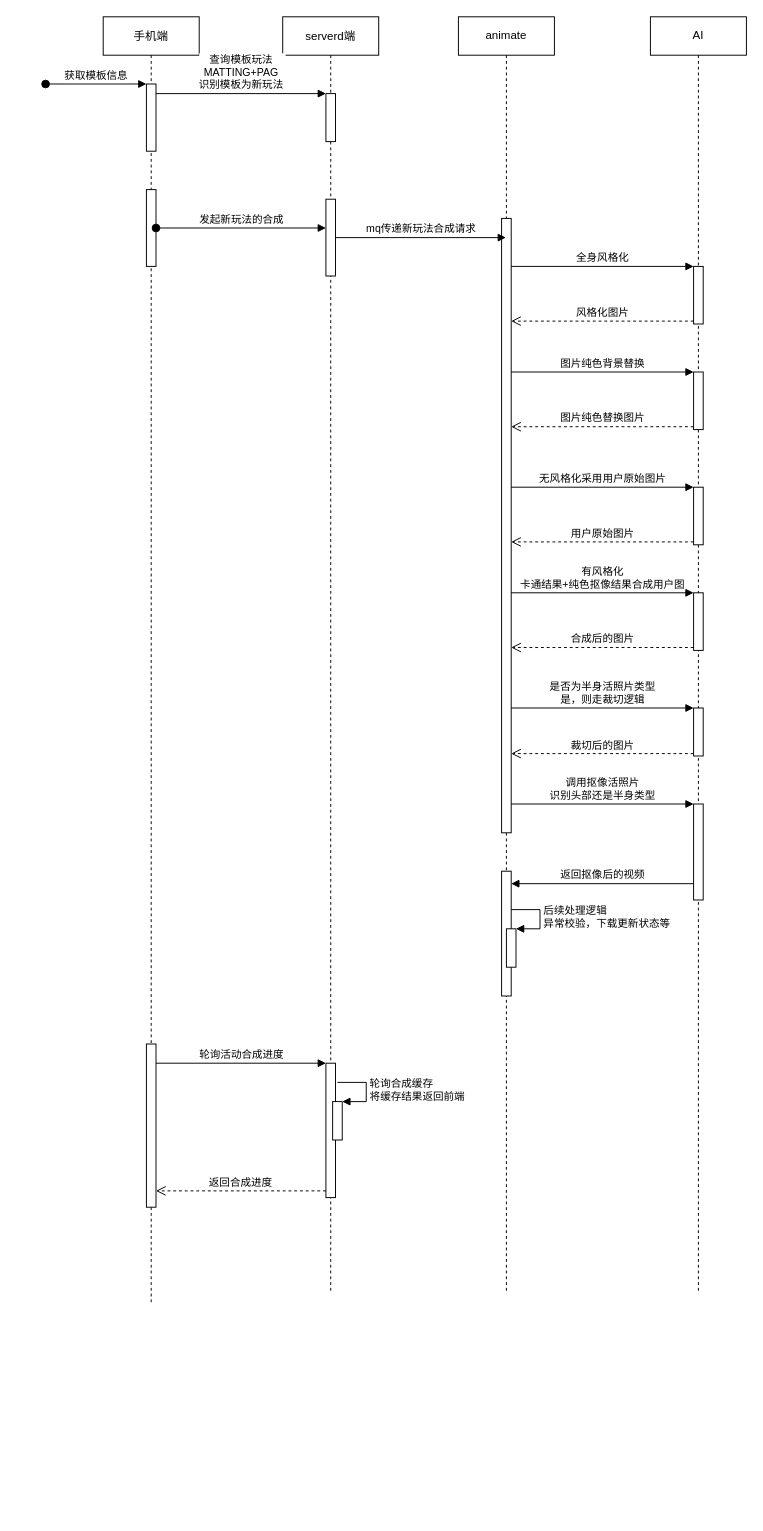
Before: 新抠像加PAG玩法流程.drawio in milletzhu/datasource, a draw.io diagram. Source tidied: cells renumbered, new cells numbered last; positions are measured from the earlier drawing's top-left corner, leaving out a move shared by most shapes. Both pictures are drawn from the tidied source at 96%, with x=0, y=0 at pixel (45, 16).
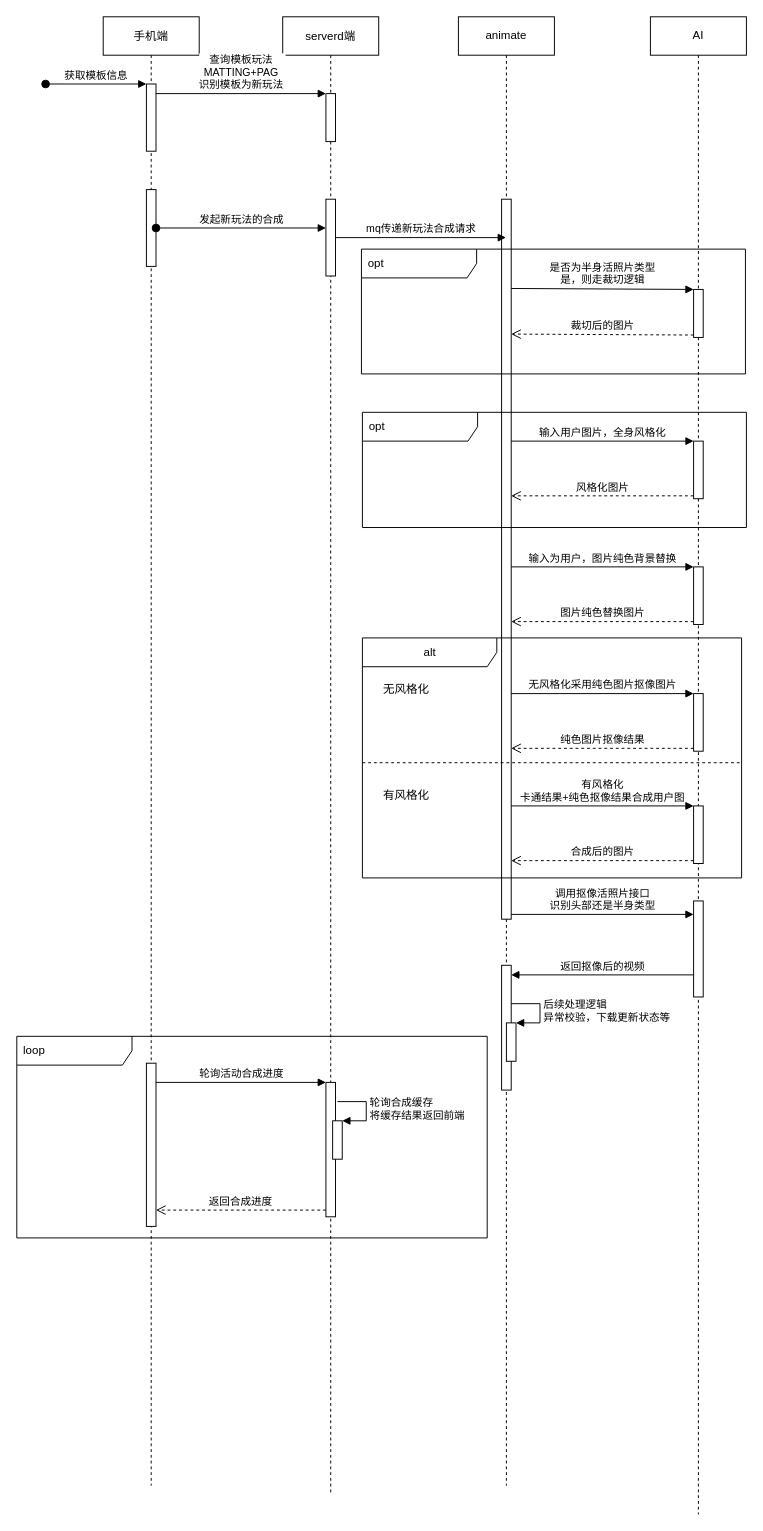
The same page after the edit.

Commit message:
更新新抠像加PAG玩法流程.drawio

What changed in the source:
```diff
@@
     <mxCell id="2" value="手机端" style="shape=umlLifeline;perimeter=lifelinePerimeter;rounded=0;shadow=0;strokeWidth=1;" parent="1" vertex="1">
-      <mxGeometry x="60" width="100" height="1340" as="geometry" />
+      <mxGeometry x="60" width="100" height="1530" as="geometry" />
     </mxCell>
@@
     <mxCell id="6" style="html=1;points=[];perimeter=orthogonalPerimeter;" parent="2" vertex="1">
-      <mxGeometry x="45" y="1070" width="10" height="170" as="geometry" />
+      <mxGeometry x="45" y="1090" width="10" height="170" as="geometry" />
     </mxCell>
     <mxCell id="7" value="serverd端" style="shape=umlLifeline;perimeter=lifelinePerimeter;rounded=0;shadow=0;strokeWidth=1;" parent="1" vertex="1">
-      <mxGeometry x="247" width="100" height="1330" as="geometry" />
+      <mxGeometry x="247" width="100" height="1540" as="geometry" />
     </mxCell>
@@
     <mxCell id="10" style="html=1;points=[];perimeter=orthogonalPerimeter;" parent="7" vertex="1">
-      <mxGeometry x="45" y="1090" width="10" height="140" as="geometry" />
+      <mxGeometry x="45" y="1110" width="10" height="140" as="geometry" />
     </mxCell>
     <mxCell id="11" style="html=1;points=[];perimeter=orthogonalPerimeter;" parent="7" vertex="1">
-      <mxGeometry x="52" y="1130" width="10" height="40" as="geometry" />
+      <mxGeometry x="52" y="1150" width="10" height="40" as="geometry" />
     </mxCell>
     <mxCell id="12" value="轮询合成缓存&lt;br&gt;将缓存结果返回前端" style="edgeStyle=orthogonalEdgeStyle;html=1;align=left;spacingLeft=2;endArrow=block;rounded=0;entryX=1;entryY=0;" parent="7" edge="1" target="11">
       <mxGeometry relative="1" as="geometry">
-        <mxPoint x="57" y="1110" as="sourcePoint" />
+        <mxPoint x="57" y="1130" as="sourcePoint" />
         <Array as="points">
-          <mxPoint x="87" y="1110" />
+          <mxPoint x="87" y="1130" />
         </Array>
       </mxGeometry>
     </mxCell>
@@
     <mxCell id="14" value="animate" style="shape=umlLifeline;perimeter=lifelinePerimeter;whiteSpace=wrap;html=1;outlineConnect=0;" parent="1" vertex="1">
-      <mxGeometry x="430" width="100" height="1330" as="geometry" />
+      <mxGeometry x="430" width="100" height="1530" as="geometry" />
     </mxCell>
     <mxCell id="15" style="html=1;points=[];perimeter=orthogonalPerimeter;" parent="14" vertex="1">
-      <mxGeometry x="45" y="210" width="10" height="640" as="geometry" />
+      <mxGeometry x="45" y="190" width="10" height="750" as="geometry" />
     </mxCell>
     <mxCell id="16" style="html=1;perimeter=orthogonalPerimeter;" parent="14" vertex="1">
-      <mxGeometry x="45" y="890" width="10" height="130" as="geometry" />
+      <mxGeometry x="45" y="988" width="10" height="130" as="geometry" />
     </mxCell>
     <mxCell id="17" style="html=1;points=[];perimeter=orthogonalPerimeter;" parent="14" vertex="1">
-      <mxGeometry x="50" y="950" width="10" height="40" as="geometry" />
+      <mxGeometry x="50" y="1048" width="10" height="40" as="geometry" />
     </mxCell>
     <mxCell id="18" value="后续处理逻辑&lt;br&gt;异常校验，下载更新状态等" style="edgeStyle=orthogonalEdgeStyle;html=1;align=left;spacingLeft=2;endArrow=block;rounded=0;entryX=1;entryY=0;" parent="14" edge="1" target="17">
       <mxGeometry relative="1" as="geometry">
-        <mxPoint x="55" y="930" as="sourcePoint" />
+        <mxPoint x="55" y="1028" as="sourcePoint" />
         <Array as="points">
-          <mxPoint x="85" y="930" />
+          <mxPoint x="85" y="1028" />
         </Array>
       </mxGeometry>
     </mxCell>
@@
     <mxCell id="21" value="AI" style="shape=umlLifeline;perimeter=lifelinePerimeter;whiteSpace=wrap;html=1;" parent="1" vertex="1">
-      <mxGeometry x="630" width="100" height="1330" as="geometry" />
+      <mxGeometry x="630" width="100" height="1560" as="geometry" />
     </mxCell>
     <mxCell id="22" style="html=1;points=[];perimeter=orthogonalPerimeter;" parent="21" vertex="1">
-      <mxGeometry x="45" y="260" width="10" height="60" as="geometry" />
+      <mxGeometry x="45" y="442" width="10" height="60" as="geometry" />
     </mxCell>
     <mxCell id="23" style="html=1;points=[];perimeter=orthogonalPerimeter;" parent="21" vertex="1">
-      <mxGeometry x="45" y="370" width="10" height="60" as="geometry" />
+      <mxGeometry x="45" y="573" width="10" height="60" as="geometry" />
     </mxCell>
     <mxCell id="24" style="html=1;points=[];perimeter=orthogonalPerimeter;" parent="21" vertex="1">
-      <mxGeometry x="45" y="490" width="10" height="60" as="geometry" />
+      <mxGeometry x="45" y="705" width="10" height="60" as="geometry" />
     </mxCell>
     <mxCell id="25" style="html=1;points=[];perimeter=orthogonalPerimeter;" parent="21" vertex="1">
-      <mxGeometry x="45" y="600" width="10" height="60" as="geometry" />
+      <mxGeometry x="45" y="822" width="10" height="60" as="geometry" />
     </mxCell>
+    <mxCell id="27" style="html=1;points=[];perimeter=orthogonalPerimeter;" parent="21" vertex="1">
+      <mxGeometry x="45" y="921" width="10" height="100" as="geometry" />
+    </mxCell>
+    <mxCell id="42" value="opt" style="shape=umlFrame;whiteSpace=wrap;html=1;width=120;height=30;boundedLbl=1;verticalAlign=middle;align=left;spacingLeft=5;" parent="21" vertex="1">
+      <mxGeometry x="-300" y="412" width="400" height="120" as="geometry" />
+    </mxCell>
+    <mxCell id="43" value="alt" style="shape=umlFrame;tabWidth=110;tabHeight=30;tabPosition=left;html=1;boundedLbl=1;labelInHeader=1;width=140;height=30;" parent="21" vertex="1">
+      <mxGeometry x="-300" y="647" width="395" height="250" as="geometry" />
+    </mxCell>
+    <mxCell id="44" value="无风格化" style="text;" parent="43" vertex="1">
+      <mxGeometry width="100" height="20" relative="1" as="geometry">
+        <mxPoint x="20" y="40" as="offset" />
+      </mxGeometry>
+    </mxCell>
+    <mxCell id="45" value="有风格化" style="line;strokeWidth=1;dashed=1;labelPosition=center;verticalLabelPosition=bottom;align=left;verticalAlign=top;spacingLeft=20;spacingTop=15;" parent="43" vertex="1">
+      <mxGeometry y="125" width="395" height="10" as="geometry" />
+    </mxCell>
+    <mxCell id="46" value="opt" style="shape=umlFrame;whiteSpace=wrap;html=1;width=120;height=30;boundedLbl=1;verticalAlign=middle;align=left;spacingLeft=5;" parent="21" vertex="1">
+      <mxGeometry x="-301" y="242" width="400" height="130" as="geometry" />
+    </mxCell>
     <mxCell id="26" style="html=1;points=[];perimeter=orthogonalPerimeter;" parent="21" vertex="1">
-      <mxGeometry x="45" y="720" width="10" height="50" as="geometry" />
+      <mxGeometry x="45" y="284" width="10" height="50" as="geometry" />
     </mxCell>
-    <mxCell id="27" style="html=1;points=[];perimeter=orthogonalPerimeter;" parent="21" vertex="1">
-      <mxGeometry x="45" y="820" width="10" height="100" as="geometry" />
-    </mxCell>
+    <mxCell id="36" value="是否为半身活照片类型&lt;br&gt;是，则走裁切逻辑" style="html=1;verticalAlign=bottom;endArrow=block;entryX=0;entryY=0;rounded=0;" parent="21" edge="1" target="26">
+      <mxGeometry relative="1" as="geometry">
+        <mxPoint x="-145" y="283" as="sourcePoint" />
+      </mxGeometry>
+    </mxCell>
+    <mxCell id="37" value="裁切后的图片" style="html=1;verticalAlign=bottom;endArrow=open;dashed=1;endSize=8;exitX=0;exitY=0.95;rounded=0;" parent="21" edge="1" source="26">
+      <mxGeometry relative="1" as="geometry">
+        <mxPoint x="-145" y="330.5" as="targetPoint" />
+      </mxGeometry>
+    </mxCell>
-    <mxCell id="28" value="全身风格化" style="html=1;verticalAlign=bottom;endArrow=block;entryX=0;entryY=0;rounded=0;" parent="1" edge="1" source="15" target="22">
-      <mxGeometry relative="1" as="geometry" />
+    <mxCell id="28" value="输入用户图片，全身风格化" style="html=1;verticalAlign=bottom;endArrow=block;entryX=0;entryY=0;rounded=0;" parent="1" edge="1" target="22">
+      <mxGeometry relative="1" as="geometry">
+        <mxPoint x="485" y="442" as="sourcePoint" />
+      </mxGeometry>
     </mxCell>
-    <mxCell id="29" value="风格化图片" style="html=1;verticalAlign=bottom;endArrow=open;dashed=1;endSize=8;exitX=0;exitY=0.95;rounded=0;" parent="1" edge="1" source="22" target="15">
-      <mxGeometry relative="1" as="geometry" />
+    <mxCell id="29" value="风格化图片" style="html=1;verticalAlign=bottom;endArrow=open;dashed=1;endSize=8;exitX=0;exitY=0.95;rounded=0;" parent="1" edge="1" source="22">
+      <mxGeometry relative="1" as="geometry">
+        <mxPoint x="485" y="499" as="targetPoint" />
+      </mxGeometry>
     </mxCell>
-    <mxCell id="30" value="图片纯色背景替换" style="html=1;verticalAlign=bottom;endArrow=block;entryX=0;entryY=0;rounded=0;" parent="1" edge="1" source="15" target="23">
-      <mxGeometry relative="1" as="geometry" />
+    <mxCell id="30" value="输入为用户，图片纯色背景替换" style="html=1;verticalAlign=bottom;endArrow=block;entryX=0;entryY=0;rounded=0;" parent="1" edge="1" target="23">
+      <mxGeometry relative="1" as="geometry">
+        <mxPoint x="485" y="573" as="sourcePoint" />
+      </mxGeometry>
     </mxCell>
-    <mxCell id="31" value="图片纯色替换图片" style="html=1;verticalAlign=bottom;endArrow=open;dashed=1;endSize=8;exitX=0;exitY=0.95;rounded=0;" parent="1" edge="1" source="23" target="15">
-      <mxGeometry relative="1" as="geometry" />
+    <mxCell id="31" value="图片纯色替换图片" style="html=1;verticalAlign=bottom;endArrow=open;dashed=1;endSize=8;exitX=0;exitY=0.95;rounded=0;" parent="1" edge="1" source="23">
+      <mxGeometry relative="1" as="geometry">
+        <mxPoint x="485" y="630" as="targetPoint" />
+      </mxGeometry>
     </mxCell>
-    <mxCell id="32" value="无风格化采用用户原始图片" style="html=1;verticalAlign=bottom;endArrow=block;entryX=0;entryY=0;rounded=0;" parent="1" edge="1" source="15" target="24">
-      <mxGeometry relative="1" as="geometry" />
+    <mxCell id="32" value="无风格化采用纯色图片抠像图片" style="html=1;verticalAlign=bottom;endArrow=block;entryX=0;entryY=0;rounded=0;" parent="1" edge="1" target="24">
+      <mxGeometry relative="1" as="geometry">
+        <mxPoint x="485" y="705" as="sourcePoint" />
+      </mxGeometry>
     </mxCell>
-    <mxCell id="33" value="用户原始图片" style="html=1;verticalAlign=bottom;endArrow=open;dashed=1;endSize=8;exitX=0;exitY=0.95;rounded=0;" parent="1" edge="1" source="24" target="15">
-      <mxGeometry relative="1" as="geometry" />
+    <mxCell id="33" value="纯色图片抠像结果" style="html=1;verticalAlign=bottom;endArrow=open;dashed=1;endSize=8;exitX=0;exitY=0.95;rounded=0;" parent="1" edge="1" source="24">
+      <mxGeometry relative="1" as="geometry">
+        <mxPoint x="485" y="762" as="targetPoint" />
+      </mxGeometry>
     </mxCell>
-    <mxCell id="34" value="有风格化&lt;br&gt;卡通结果+纯色抠像结果合成用户图" style="html=1;verticalAlign=bottom;endArrow=block;entryX=0;entryY=0;rounded=0;" parent="1" edge="1" source="15" target="25">
-      <mxGeometry relative="1" as="geometry" />
+    <mxCell id="34" value="有风格化&lt;br&gt;卡通结果+纯色抠像结果合成用户图" style="html=1;verticalAlign=bottom;endArrow=block;entryX=0;entryY=0;rounded=0;" parent="1" edge="1" target="25">
+      <mxGeometry relative="1" as="geometry">
+        <mxPoint x="485" y="822" as="sourcePoint" />
+      </mxGeometry>
     </mxCell>
-    <mxCell id="35" value="合成后的图片" style="html=1;verticalAlign=bottom;endArrow=open;dashed=1;endSize=8;exitX=0;exitY=0.95;rounded=0;" parent="1" edge="1" source="25" target="15">
-      <mxGeometry relative="1" as="geometry" />
+    <mxCell id="35" value="合成后的图片" style="html=1;verticalAlign=bottom;endArrow=open;dashed=1;endSize=8;exitX=0;exitY=0.95;rounded=0;" parent="1" edge="1" source="25">
+      <mxGeometry relative="1" as="geometry">
+        <mxPoint x="485" y="879" as="targetPoint" />
+      </mxGeometry>
     </mxCell>
-    <mxCell id="36" value="是否为半身活照片类型&lt;br&gt;是，则走裁切逻辑" style="html=1;verticalAlign=bottom;endArrow=block;entryX=0;entryY=0;rounded=0;" parent="1" edge="1" source="15" target="26">
-      <mxGeometry relative="1" as="geometry" />
-    </mxCell>
-    <mxCell id="37" value="裁切后的图片" style="html=1;verticalAlign=bottom;endArrow=open;dashed=1;endSize=8;exitX=0;exitY=0.95;rounded=0;" parent="1" edge="1" source="26" target="15">
-      <mxGeometry relative="1" as="geometry" />
-    </mxCell>
-    <mxCell id="38" value="调用抠像活照片&lt;br&gt;识别头部还是半身类型" style="html=1;verticalAlign=bottom;endArrow=block;entryX=0;entryY=0;rounded=0;" parent="1" edge="1" source="15" target="27">
-      <mxGeometry relative="1" as="geometry" />
+    <mxCell id="38" value="调用抠像活照片接口&lt;br&gt;识别头部还是半身类型" style="html=1;verticalAlign=bottom;endArrow=block;entryX=0;entryY=0;rounded=0;" parent="1" edge="1">
+      <mxGeometry relative="1" as="geometry">
+        <mxPoint x="485" y="935" as="sourcePoint" />
+        <mxPoint x="675" y="935" as="targetPoint" />
+      </mxGeometry>
     </mxCell>
     <mxCell id="39" value="返回抠像后的视频" style="html=1;verticalAlign=bottom;endArrow=block;rounded=0;" parent="1" edge="1">
       <mxGeometry relative="1" as="geometry">
-        <mxPoint x="675" y="903" as="sourcePoint" />
-        <mxPoint x="485" y="903" as="targetPoint" />
+        <mxPoint x="675" y="998" as="sourcePoint" />
+        <mxPoint x="485" y="998" as="targetPoint" />
       </mxGeometry>
     </mxCell>
@@
+    <mxCell id="47" value="loop" style="shape=umlFrame;whiteSpace=wrap;html=1;width=120;height=30;boundedLbl=1;verticalAlign=middle;align=left;spacingLeft=5;" parent="1" vertex="1">
+      <mxGeometry x="-30" y="1062" width="490" height="210" as="geometry" />
+    </mxCell>
```
